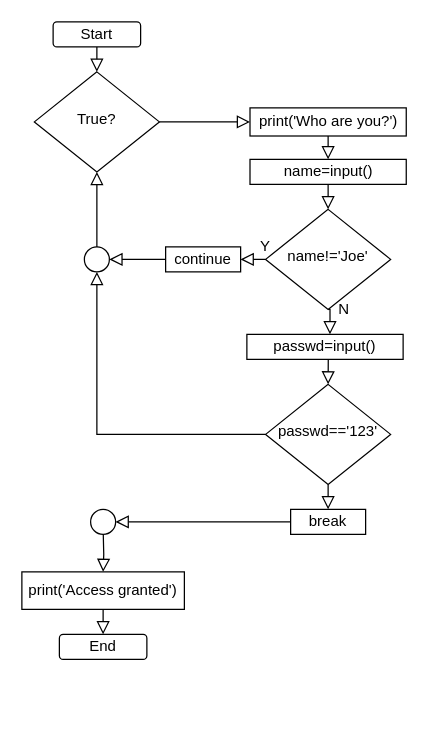
kuntoto/01204111_CPExx keeps this draw.io diagram as Lecture02/flowchart_while_continue.drawio. Above is the earlier version. Source tidied: cells renumbered, new cells numbered last; positions are measured from the earlier drawing's top-left corner, leaving out a move shared by most shapes. Both pictures are drawn from the tidied source at 125%, with x=0, y=0 at pixel (21, 21).
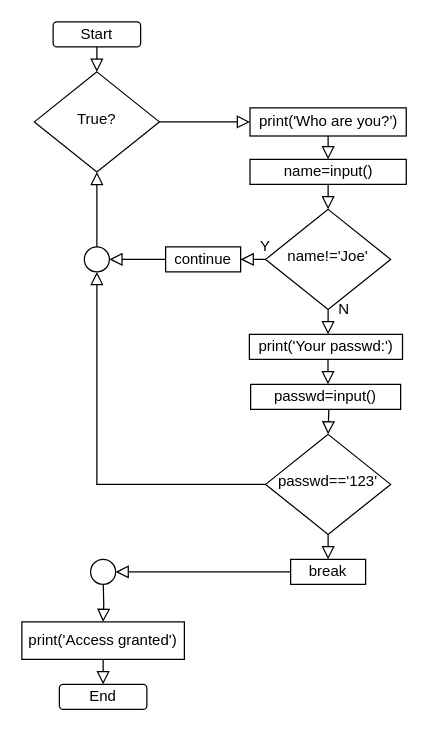
The same page after the edit.

The change refers to these unchanged cells:
```xml
<mxCell id="6" value="name!='Joe'" style="rhombus;whiteSpace=wrap;html=1;shadow=0;fontFamily=Helvetica;fontSize=12;align=center;strokeWidth=1;spacing=6;spacingTop=-4;" parent="1" vertex="1">
  <mxGeometry x="195" y="150" width="100" height="80" as="geometry" />
</mxCell>
```

The edit, as a diff of the source:
```diff
@@
     <mxCell id="3" style="rounded=0;html=1;jettySize=auto;fontSize=11;endArrow=block;endFill=0;endSize=8;strokeWidth=1;shadow=0;labelBackgroundColor=none;edgeStyle=orthogonalEdgeStyle;" parent="1" edge="1" target="17">
-      <mxGeometry x="60" y="185" as="geometry">
-        <mxPoint x="65" y="405" as="sourcePoint" />
+      <mxGeometry x="60" y="225" as="geometry">
+        <mxPoint x="65" y="445" as="sourcePoint" />
       </mxGeometry>
     </mxCell>
@@
     <mxCell id="8" value="break" style="rounded=0;whiteSpace=wrap;html=1;" parent="1" vertex="1">
-      <mxGeometry x="215" y="390" width="60" height="20" as="geometry" />
+      <mxGeometry x="215" y="430" width="60" height="20" as="geometry" />
     </mxCell>
     <mxCell id="9" style="ellipse;whiteSpace=wrap;html=1;" parent="1" vertex="1">
-      <mxGeometry x="55" y="390" width="20" height="20" as="geometry" />
+      <mxGeometry x="55" y="430" width="20" height="20" as="geometry" />
     </mxCell>
@@
     <mxCell id="11" style="rounded=0;html=1;jettySize=auto;fontSize=11;endArrow=block;endFill=0;endSize=8;strokeWidth=1;shadow=0;labelBackgroundColor=none;edgeStyle=orthogonalEdgeStyle;entryX=0.5;entryY=0;entryDx=0;entryDy=0;exitX=0.5;exitY=1;exitDx=0;exitDy=0;" parent="1" edge="1" source="25" target="8">
-      <mxGeometry x="90" y="130" as="geometry" />
+      <mxGeometry x="90" y="170" as="geometry" />
     </mxCell>
     <mxCell id="12" style="rounded=0;html=1;jettySize=auto;fontSize=11;endArrow=block;endFill=0;endSize=8;strokeWidth=1;shadow=0;labelBackgroundColor=none;edgeStyle=orthogonalEdgeStyle;entryX=1;entryY=0.5;entryDx=0;entryDy=0;exitX=0;exitY=0.5;exitDx=0;exitDy=0;" parent="1" edge="1" source="8" target="9">
-      <mxGeometry x="50" y="175" as="geometry" />
+      <mxGeometry x="50" y="215" as="geometry" />
     </mxCell>
@@
     <mxCell id="14" style="rounded=0;html=1;jettySize=auto;orthogonalLoop=1;fontSize=11;endArrow=block;endFill=0;endSize=8;strokeWidth=1;shadow=0;labelBackgroundColor=none;edgeStyle=orthogonalEdgeStyle;exitX=0.5;exitY=1;exitDx=0;exitDy=0;" parent="1" edge="1">
-      <mxGeometry x="50" y="230" as="geometry">
-        <mxPoint x="65" y="465" as="sourcePoint" />
-        <mxPoint x="65" y="490" as="targetPoint" />
+      <mxGeometry x="50" y="270" as="geometry">
+        <mxPoint x="65" y="505" as="sourcePoint" />
+        <mxPoint x="65" y="530" as="targetPoint" />
       </mxGeometry>
     </mxCell>
     <mxCell id="15" value="End" style="rounded=1;whiteSpace=wrap;html=1;fontSize=12;glass=0;strokeWidth=1;shadow=0;" parent="1" vertex="1">
-      <mxGeometry x="30" y="490" width="70" height="20" as="geometry" />
+      <mxGeometry x="30" y="530" width="70" height="20" as="geometry" />
     </mxCell>
@@
     <mxCell id="17" value="print('Access granted')" style="rounded=0;whiteSpace=wrap;html=1;" parent="1" vertex="1">
-      <mxGeometry y="440" width="130" height="30" as="geometry" />
+      <mxGeometry y="480" width="130" height="30" as="geometry" />
     </mxCell>
@@
     <mxCell id="24" value="passwd=input()" style="rounded=0;whiteSpace=wrap;html=1;" parent="1" vertex="1">
-      <mxGeometry x="180" y="250" width="125" height="20" as="geometry" />
+      <mxGeometry x="183" y="290" width="120" height="20" as="geometry" />
     </mxCell>
     <mxCell id="25" value="passwd=='123'" style="rhombus;whiteSpace=wrap;html=1;shadow=0;fontFamily=Helvetica;fontSize=12;align=center;strokeWidth=1;spacing=6;spacingTop=-4;" parent="1" vertex="1">
-      <mxGeometry x="195" y="290" width="100" height="80" as="geometry" />
+      <mxGeometry x="195" y="330" width="100" height="80" as="geometry" />
     </mxCell>
     <mxCell id="26" style="rounded=0;html=1;jettySize=auto;fontSize=11;endArrow=block;endFill=0;endSize=8;strokeWidth=1;shadow=0;labelBackgroundColor=none;edgeStyle=orthogonalEdgeStyle;entryX=0.5;entryY=0;entryDx=0;entryDy=0;exitX=0.521;exitY=0.998;exitDx=0;exitDy=0;exitPerimeter=0;" parent="1" edge="1" source="24" target="25">
-      <mxGeometry x="100" y="140" as="geometry">
+      <mxGeometry x="100" y="180" as="geometry">
         <Array as="points">
-          <mxPoint x="245.5" y="272" />
+          <mxPoint x="245.5" y="312" />
         </Array>
       </mxGeometry>
     </mxCell>
-    <mxCell id="27" style="rounded=0;html=1;jettySize=auto;fontSize=11;endArrow=block;endFill=0;endSize=8;strokeWidth=1;shadow=0;labelBackgroundColor=none;edgeStyle=orthogonalEdgeStyle;exitX=0.5;exitY=1;exitDx=0;exitDy=0;" parent="1" edge="1" source="6" target="24">
-      <mxGeometry x="110" y="150" as="geometry">
+    <mxCell id="27" style="rounded=0;html=1;jettySize=auto;orthogonalLoop=1;fontSize=11;endArrow=block;endFill=0;endSize=8;strokeWidth=1;shadow=0;labelBackgroundColor=none;edgeStyle=orthogonalEdgeStyle;" parent="1" edge="1">
+      <mxGeometry x="108" y="150" as="geometry">
+        <mxPoint x="245" y="230" as="sourcePoint" />
+        <mxPoint x="245" y="250" as="targetPoint" />
         <Array as="points">
-          <mxPoint x="246.5" y="230" />
+          <mxPoint x="245" y="240" />
+          <mxPoint x="245" y="240" />
         </Array>
       </mxGeometry>
     </mxCell>
@@
+    <mxCell id="31" value="print('Your passwd:')" style="rounded=0;whiteSpace=wrap;html=1;" parent="1" vertex="1">
+      <mxGeometry x="182" y="250" width="122.5" height="20" as="geometry" />
+    </mxCell>
+    <mxCell id="32" style="rounded=0;html=1;jettySize=auto;orthogonalLoop=1;fontSize=11;endArrow=block;endFill=0;endSize=8;strokeWidth=1;shadow=0;labelBackgroundColor=none;edgeStyle=orthogonalEdgeStyle;entryX=0.5;entryY=0;entryDx=0;entryDy=0;" parent="1" edge="1">
+      <mxGeometry x="94.9" y="180" as="geometry">
+        <mxPoint x="244.9" y="270" as="sourcePoint" />
+        <mxPoint x="244.9" y="290" as="targetPoint" />
+        <Array as="points">
+          <mxPoint x="244.9" y="290" />
+          <mxPoint x="244.9" y="290" />
+        </Array>
+      </mxGeometry>
+    </mxCell>
```
